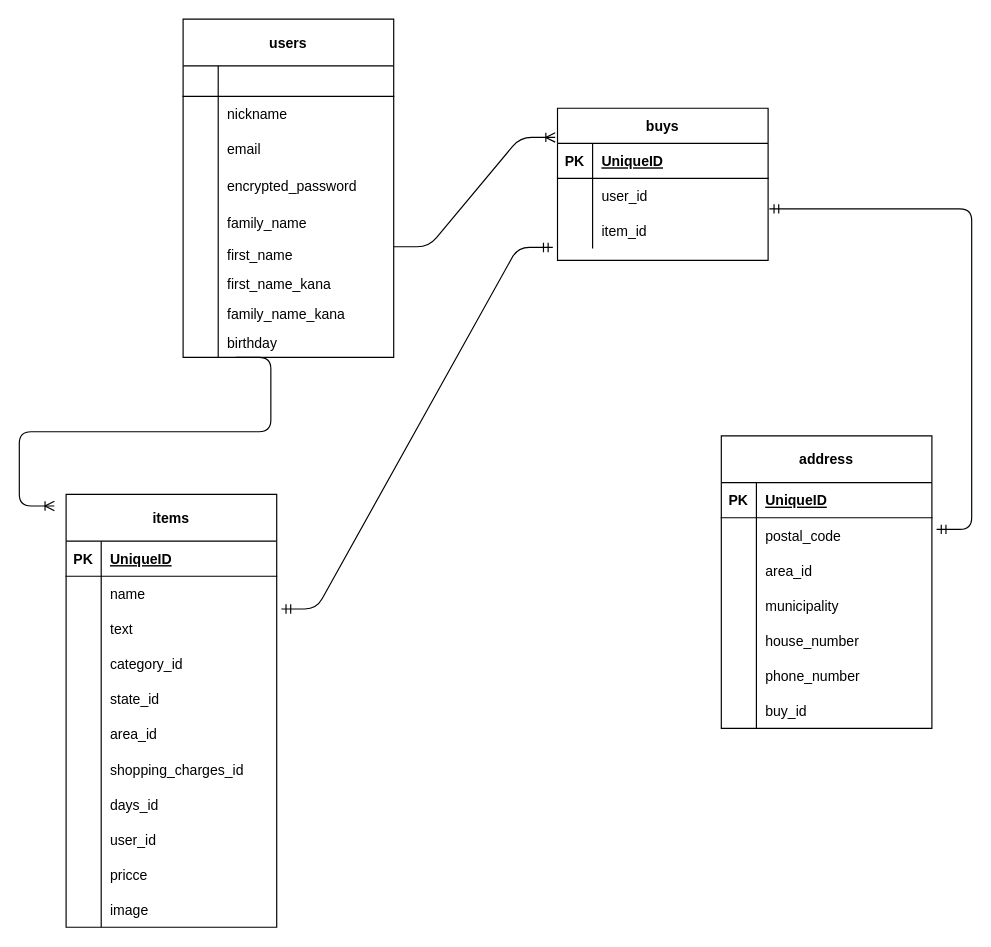
This is test.dio from noah1216/furima-33511, a draw.io file, before an edit. Source tidied: cells renumbered, new cells numbered last; positions are measured from the earlier drawing's top-left corner, leaving out a move shared by most shapes. Both pictures are drawn from the tidied source at 117%, with x=0, y=0 at pixel (54, 19).
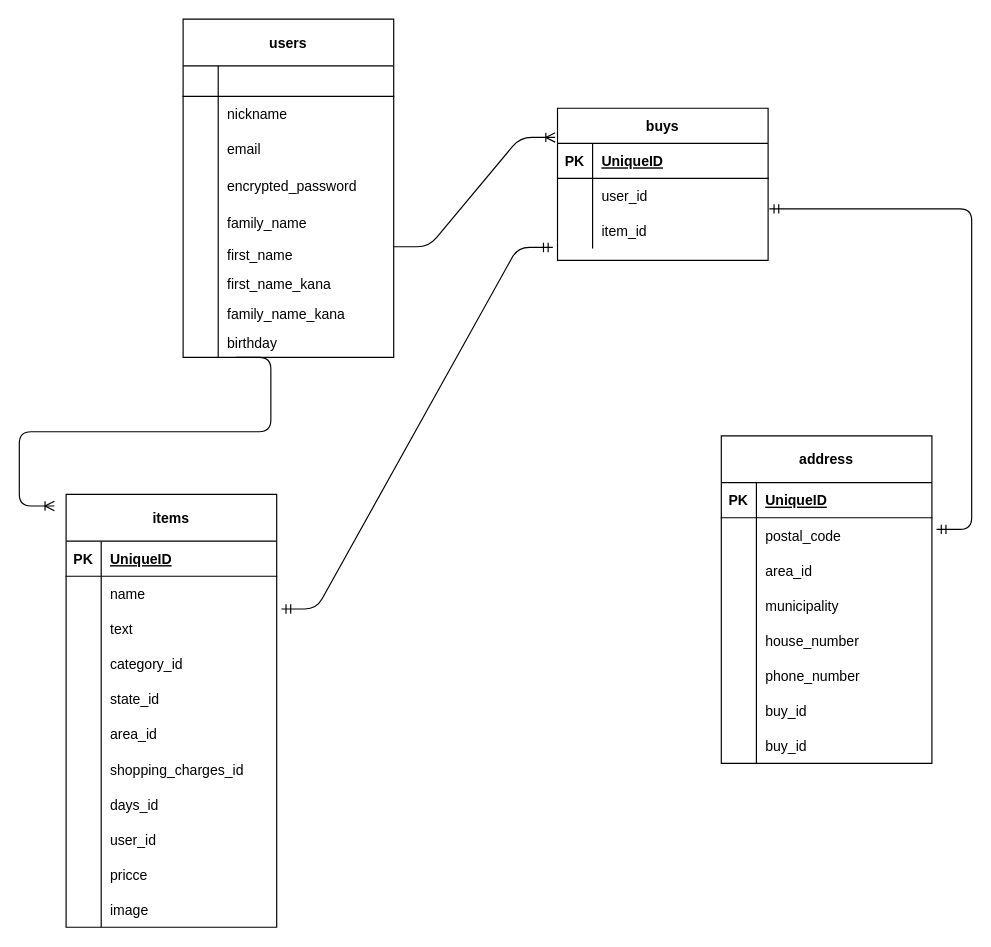
The same page after the edit.

Change to the diagram source:
```diff
@@
     <mxCell id="2" value="address" style="shape=table;startSize=40;childLayout=tableLayout;rowLines=0;fontStyle=1;align=center;" parent="1" vertex="1">
-      <mxGeometry x="570" y="356" width="180" height="250" as="geometry" />
+      <mxGeometry x="570" y="356" width="180" height="280" as="geometry" />
     </mxCell>
@@
+    <mxCell id="100" style="shape=partialRectangle;fillColor=none;top=0;left=0;bottom=0;right=0;" parent="2" vertex="1">
+      <mxGeometry y="250" width="180" height="30" as="geometry" />
+    </mxCell>
+    <mxCell id="101" style="shape=partialRectangle;fillColor=none;top=0;left=0;bottom=0;right=0;overflow=hidden;" parent="100" vertex="1">
+      <mxGeometry width="30" height="30" as="geometry" />
+    </mxCell>
+    <mxCell id="102" value="buy_id" style="shape=partialRectangle;fillColor=none;top=0;left=0;bottom=0;right=0;align=left;spacingLeft=6;overflow=hidden;" parent="100" vertex="1">
+      <mxGeometry x="30" width="150" height="30" as="geometry" />
+    </mxCell>
```
